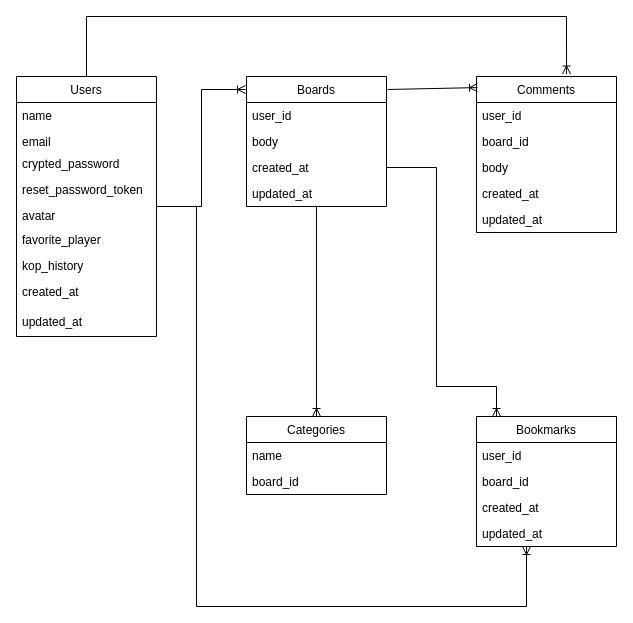
Before: er.drawio in sasakix69/You_Will_Never_Walk_Alone, a draw.io diagram. Source tidied: cells renumbered, new cells numbered last; positions are measured from the earlier drawing's top-left corner, leaving out a move shared by most shapes. Both pictures are drawn from the tidied source at 100%, with x=0, y=0 at pixel (16, 16).
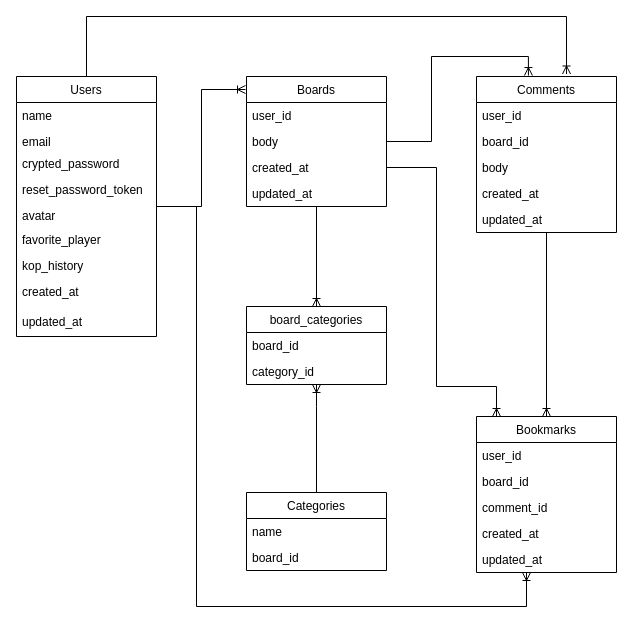
Above is the later version.

The change refers to these unchanged cells:
```xml
<mxCell id="26" value="Boards" style="swimlane;fontStyle=0;horizontal=1;startSize=26;fillColor=none;" parent="1" vertex="1">
  <mxGeometry x="230" y="60" width="140" height="130" as="geometry" />
</mxCell>
<mxCell id="31" value="Comments" style="swimlane;fontStyle=0;horizontal=1;startSize=26;fillColor=none;" parent="1" vertex="1">
  <mxGeometry x="460" y="60" width="140" height="156" as="geometry" />
</mxCell>
```

The edit, as a diff of the source:
```diff
@@
     <mxCell id="15" value="Bookmarks" style="swimlane;fontStyle=0;horizontal=1;startSize=26;fillColor=none;" parent="1" vertex="1">
-      <mxGeometry x="460" y="400" width="140" height="130" as="geometry" />
+      <mxGeometry x="460" y="400" width="140" height="156" as="geometry" />
     </mxCell>
@@
+    <mxCell id="37" value="comment_id" style="text;strokeColor=none;fillColor=none;align=left;verticalAlign=top;spacingLeft=4;spacingRight=4;overflow=hidden;" parent="15" vertex="1">
+      <mxGeometry y="78" width="140" height="26" as="geometry" />
+    </mxCell>
     <mxCell id="18" value="created_at" style="text;strokeColor=none;fillColor=none;align=left;verticalAlign=top;spacingLeft=4;spacingRight=4;overflow=hidden;" parent="15" vertex="1">
-      <mxGeometry y="78" width="140" height="26" as="geometry" />
+      <mxGeometry y="104" width="140" height="26" as="geometry" />
     </mxCell>
     <mxCell id="19" value="updated_at" style="text;strokeColor=none;fillColor=none;align=left;verticalAlign=top;spacingLeft=4;spacingRight=4;overflow=hidden;" parent="15" vertex="1">
-      <mxGeometry y="104" width="140" height="26" as="geometry" />
+      <mxGeometry y="130" width="140" height="26" as="geometry" />
     </mxCell>
+    <mxCell id="38" style="edgeStyle=orthogonalEdgeStyle;rounded=0;jettySize=auto;html=1;endArrow=ERoneToMany;endFill=0;" parent="1" edge="1" source="20" target="44">
+      <mxGeometry relative="1" as="geometry">
+        <Array as="points">
+          <mxPoint x="300" y="390" />
+          <mxPoint x="300" y="390" />
+        </Array>
+      </mxGeometry>
+    </mxCell>
     <mxCell id="20" value="Categories" style="swimlane;fontStyle=0;horizontal=1;startSize=26;fillColor=none;" parent="1" vertex="1">
-      <mxGeometry x="230" y="400" width="140" height="78" as="geometry" />
+      <mxGeometry x="230" y="476" width="140" height="78" as="geometry" />
     </mxCell>
@@
-    <mxCell id="23" style="edgeStyle=none;rounded=0;jettySize=auto;html=1;entryX=0.007;entryY=0.071;entryDx=0;entryDy=0;entryPerimeter=0;endArrow=ERoneToMany;endFill=0;" parent="1" edge="1" target="31">
-      <mxGeometry relative="1" as="geometry">
-        <mxPoint x="371" y="73" as="sourcePoint" />
-      </mxGeometry>
-    </mxCell>
-    <mxCell id="24" style="edgeStyle=orthogonalEdgeStyle;rounded=0;jettySize=auto;html=1;entryX=0.5;entryY=0;entryDx=0;entryDy=0;endArrow=ERoneToMany;endFill=0;" parent="1" edge="1" source="26" target="20">
-      <mxGeometry relative="1" as="geometry" />
-    </mxCell>
@@
+    <mxCell id="39" style="edgeStyle=orthogonalEdgeStyle;rounded=0;jettySize=auto;html=1;entryX=0.371;entryY=-0.006;entryDx=0;entryDy=0;entryPerimeter=0;endArrow=ERoneToMany;endFill=0;" parent="1" edge="1" source="26" target="31">
+      <mxGeometry relative="1" as="geometry" />
+    </mxCell>
+    <mxCell id="40" style="edgeStyle=orthogonalEdgeStyle;rounded=0;jettySize=auto;html=1;entryX=0.5;entryY=0;entryDx=0;entryDy=0;endArrow=ERoneToMany;endFill=0;" parent="1" edge="1" source="26" target="42">
+      <mxGeometry relative="1" as="geometry" />
+    </mxCell>
@@
+    <mxCell id="41" style="edgeStyle=orthogonalEdgeStyle;rounded=0;jettySize=auto;html=1;entryX=0.5;entryY=0;entryDx=0;entryDy=0;endArrow=ERoneToMany;endFill=0;" parent="1" edge="1" source="31" target="15">
+      <mxGeometry relative="1" as="geometry" />
+    </mxCell>
+    <mxCell id="42" value="board_categories" style="swimlane;fontStyle=0;horizontal=1;startSize=26;" parent="1" vertex="1">
+      <mxGeometry x="230" y="290" width="140" height="78" as="geometry" />
+    </mxCell>
+    <mxCell id="43" value="board_id" style="text;strokeColor=none;fillColor=none;align=left;verticalAlign=top;spacingLeft=4;spacingRight=4;overflow=hidden;" parent="42" vertex="1">
+      <mxGeometry y="26" width="140" height="26" as="geometry" />
+    </mxCell>
+    <mxCell id="44" value="category_id" style="text;strokeColor=none;fillColor=none;align=left;verticalAlign=top;spacingLeft=4;spacingRight=4;overflow=hidden;points=[[0,0.5],[1,0.5]];portConstraint=eastwest;" parent="42" vertex="1">
+      <mxGeometry y="52" width="140" height="26" as="geometry" />
+    </mxCell>
```
